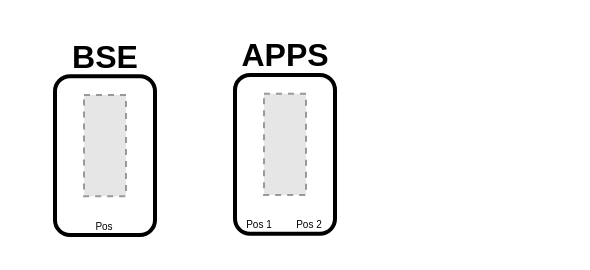
ryland-mueller/ev-diagram keeps this draw.io diagram as GLV.drawio. Above is the earlier version. Source tidied: cells renumbered, new cells numbered last; positions are measured from the earlier drawing's top-left corner, leaving out a move shared by most shapes. Both pictures are drawn from the tidied source at 200%, with x=0, y=0 at pixel (34, 34). Pictures stored in the file or linked from it are replaced by grey dashed boxes.
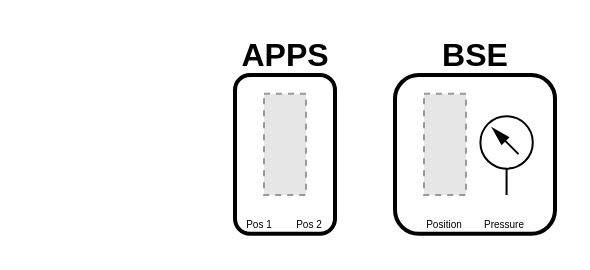
The same diagram, later.

Diff of the diagram source:
```diff
@@
 <mxGraphModel background="#ffffff">
   <root>
     <mxCell id="0" />
     <mxCell id="1" parent="0" />
     <mxCell id="2" style="group;" parent="1" vertex="1">
-      <mxGeometry y="0.6" width="70" height="99.4" as="geometry" />
+      <mxGeometry x="170" width="90" height="99.4" as="geometry" />
     </mxCell>
     <mxCell id="3" value="BSE" style="text;html=1;fontSize=16;fontStyle=1;verticalAlign=middle;align=center;fontColor=#000000;" parent="2" vertex="1">
-      <mxGeometry width="70" height="20" as="geometry" />
+      <mxGeometry x="10" width="80" height="20" as="geometry" />
     </mxCell>
     <mxCell id="4" style="rounded=1;whiteSpace=wrap;html=1;fillColor=none;strokeWidth=2;strokeColor=#000000;" parent="2" vertex="1">
-      <mxGeometry x="10" y="20" width="50" height="79.4" as="geometry" />
+      <mxGeometry x="10" y="20" width="80" height="79.4" as="geometry" />
     </mxCell>
     <mxCell id="5" style="fillColor=#E6E6E6;strokeColor=#999999;dashed=1;verticalLabelPosition=bottom;verticalAlign=top;" parent="2" vertex="1">
       <mxGeometry x="24.5" y="29.4" width="21" height="50.6" as="geometry" />
     </mxCell>
-    <mxCell id="6" value="Pos" style="text;html=1;strokeColor=none;fillColor=none;align=center;verticalAlign=middle;whiteSpace=wrap;rounded=0;fontColor=#000000;fontSize=5;fontStyle=0;" parent="2" vertex="1">
-      <mxGeometry x="10" y="89.4" width="50" height="10" as="geometry" />
+    <mxCell id="6" value="Position" style="text;html=1;strokeColor=none;fillColor=none;align=center;verticalAlign=middle;whiteSpace=wrap;rounded=0;fontColor=#000000;fontSize=5;fontStyle=0;" parent="2" vertex="1">
+      <mxGeometry x="20" y="89.4" width="30" height="10" as="geometry" />
     </mxCell>
+    <mxCell id="13" style="verticalLabelPosition=bottom;html=1;verticalAlign=top;fillColor=strokeColor;align=center;shape=mxgraph.fluid_power.x11820;fontColor=#000000;strokeColor=#000000;" parent="2" vertex="1">
+      <mxGeometry x="52.7" y="40.6" width="26.2" height="39.4" as="geometry" />
+    </mxCell>
+    <mxCell id="14" value="Pressure" style="text;html=1;strokeColor=none;fillColor=none;align=center;verticalAlign=middle;whiteSpace=wrap;rounded=0;fontColor=#000000;fontSize=5;fontStyle=0;" parent="2" vertex="1">
+      <mxGeometry x="50" y="89.4" width="30" height="10" as="geometry" />
+    </mxCell>
     <mxCell id="7" style="group;" parent="1" vertex="1">
       <mxGeometry x="90" width="70" height="99.4" as="geometry" />
     </mxCell>
     <mxCell id="8" value="APPS" style="text;html=1;fontSize=16;fontStyle=1;verticalAlign=middle;align=center;fontColor=#000000;" parent="7" vertex="1">
       <mxGeometry width="70" height="20" as="geometry" />
     </mxCell>
     <mxCell id="9" style="rounded=1;whiteSpace=wrap;html=1;fillColor=none;strokeWidth=2;strokeColor=#000000;" parent="7" vertex="1">
       <mxGeometry x="10" y="20" width="50" height="79.4" as="geometry" />
     </mxCell>
     <mxCell id="10" style="fillColor=#E6E6E6;strokeColor=#999999;dashed=1;verticalLabelPosition=bottom;verticalAlign=top;" parent="7" vertex="1">
       <mxGeometry x="24.5" y="29.4" width="21" height="50.6" as="geometry" />
     </mxCell>
     <mxCell id="11" value="Pos 1" style="text;html=1;strokeColor=none;fillColor=none;align=center;verticalAlign=middle;whiteSpace=wrap;rounded=0;fontColor=#000000;fontSize=5;fontStyle=0;" parent="7" vertex="1">
       <mxGeometry x="10" y="89.4" width="24.5" height="10" as="geometry" />
     </mxCell>
     <mxCell id="12" value="Pos 2" style="text;html=1;strokeColor=none;fillColor=none;align=center;verticalAlign=middle;whiteSpace=wrap;rounded=0;fontColor=#000000;fontSize=5;fontStyle=0;" parent="7" vertex="1">
       <mxGeometry x="34.5" y="89.4" width="24.5" height="10" as="geometry" />
     </mxCell>
   </root>
 </mxGraphModel>
```
